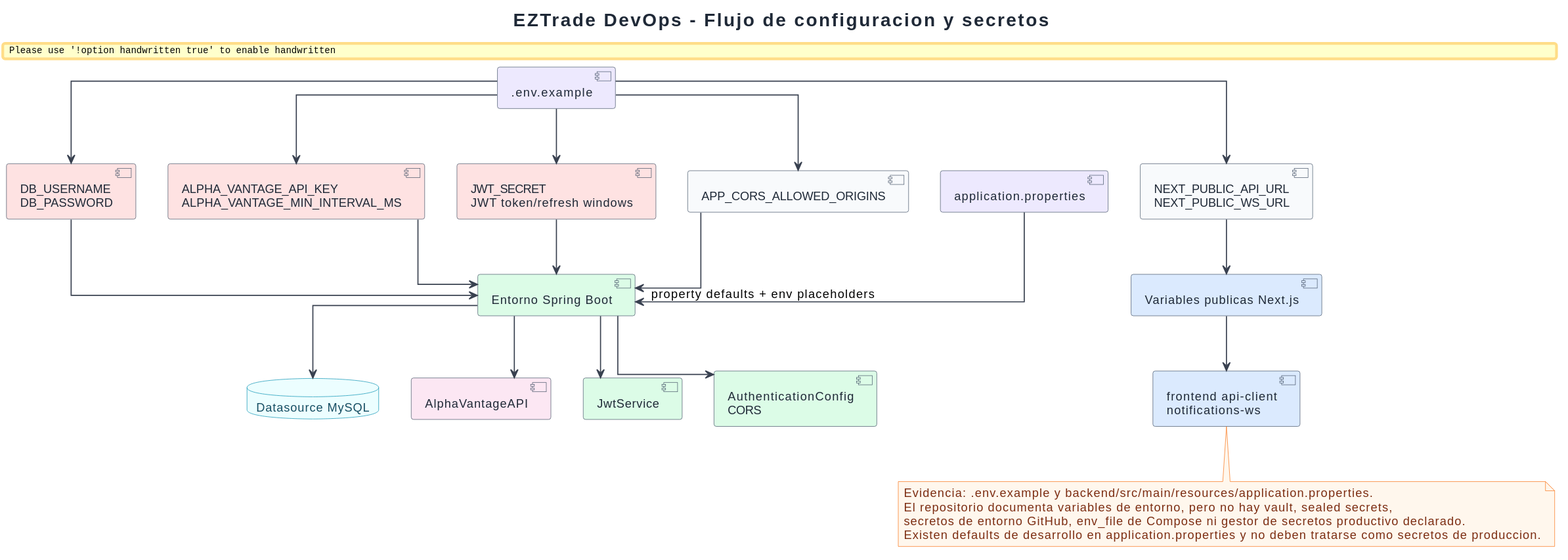
Earlier version of the PlantUML export EZTrade/docs/engineering-diagrams/06-devops-infrastructure/rendered/configuration-secrets-management.svg (SergioGarciaRuiz557/EZTrade).
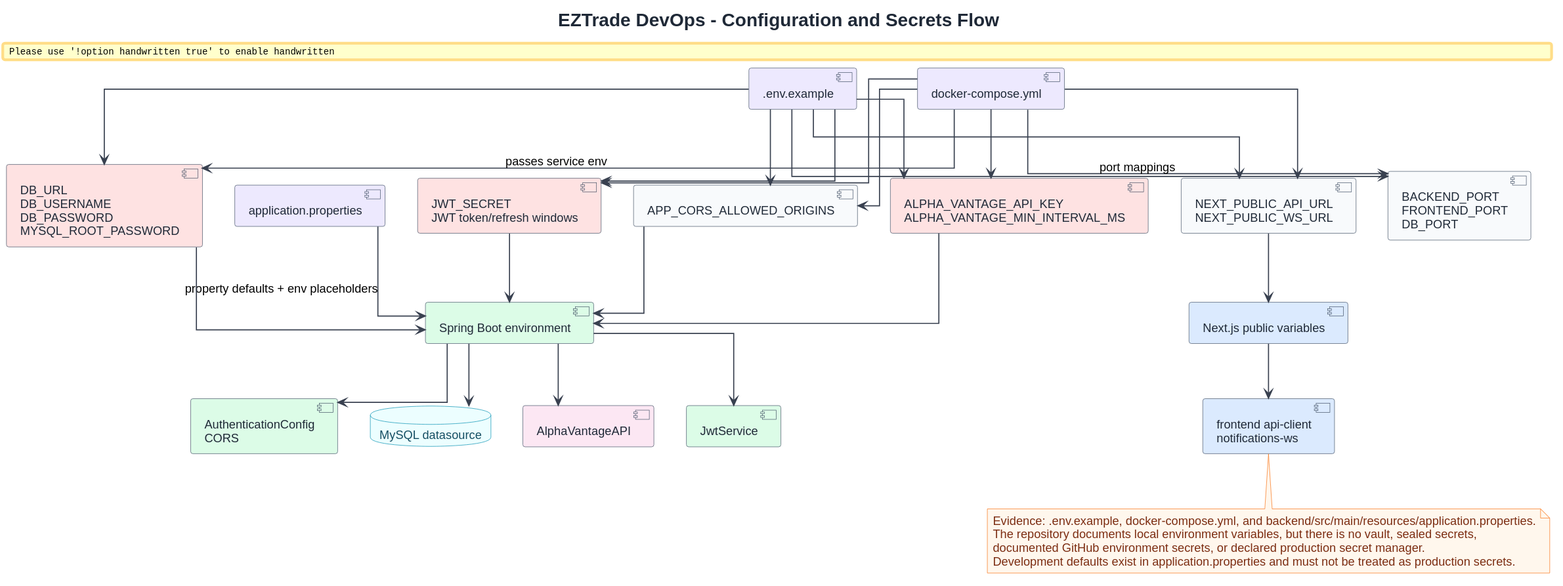
The same file after the commit.

The edit, as a diff of the source:
```diff
@@ -1,20 +1,22 @@
 @startuml
 !include ../../common/eztrade-style.puml
 
-title EZTrade DevOps - Flujo de configuracion y secretos
+title EZTrade DevOps - Configuration and Secrets Flow
 
 component ".env.example" as EnvExample EZ_DEVOPS
+component "docker-compose.yml" as Compose EZ_DEVOPS
 component "application.properties" as AppProps EZ_DEVOPS
-component "Entorno Spring Boot" as SpringEnv EZ_BACKEND
-component "Variables publicas Next.js" as NextEnv EZ_FRONTEND
+component "Spring Boot environment" as SpringEnv EZ_BACKEND
+component "Next.js public variables" as NextEnv EZ_FRONTEND
 
-component "DB_USERNAME\nDB_PASSWORD" as DbSecrets EZ_RISK
+component "DB_URL\nDB_USERNAME\nDB_PASSWORD\nMYSQL_ROOT_PASSWORD" as DbSecrets EZ_RISK
 component "ALPHA_VANTAGE_API_KEY\nALPHA_VANTAGE_MIN_INTERVAL_MS" as AlphaSecrets EZ_RISK
 component "JWT_SECRET\nJWT token/refresh windows" as JwtSecrets EZ_RISK
 component "APP_CORS_ALLOWED_ORIGINS" as CorsEnv
 component "NEXT_PUBLIC_API_URL\nNEXT_PUBLIC_WS_URL" as NextPublic
+component "BACKEND_PORT\nFRONTEND_PORT\nDB_PORT" as ComposePorts
 
-database "Datasource MySQL" as Datasource EZ_DB
+database "MySQL datasource" as Datasource EZ_DB
 component "AlphaVantageAPI" as AlphaAdapter EZ_EXTERNAL
 component "JwtService" as JwtService EZ_BACKEND
 component "AuthenticationConfig\nCORS" as AuthConfig EZ_BACKEND
@@ -25,6 +27,13 @@
 EnvExample --> JwtSecrets
 EnvExample --> CorsEnv
 EnvExample --> NextPublic
+EnvExample --> ComposePorts
+Compose --> DbSecrets : passes service env
+Compose --> AlphaSecrets
+Compose --> JwtSecrets
+Compose --> CorsEnv
+Compose --> NextPublic
+Compose --> ComposePorts : port mappings
 AppProps --> SpringEnv : property defaults + env placeholders
 DbSecrets --> SpringEnv
 AlphaSecrets --> SpringEnv
@@ -39,9 +48,9 @@
 NextEnv --> FrontConfig
 
 note bottom
-Evidencia: .env.example y backend/src/main/resources/application.properties.
-El repositorio documenta variables de entorno, pero no hay vault, sealed secrets,
-secretos de entorno GitHub, env_file de Compose ni gestor de secretos productivo declarado.
-Existen defaults de desarrollo en application.properties y no deben tratarse como secretos de produccion.
+Evidence: .env.example, docker-compose.yml, and backend/src/main/resources/application.properties.
+The repository documents local environment variables, but there is no vault, sealed secrets,
+documented GitHub environment secrets, or declared production secret manager.
+Development defaults exist in application.properties and must not be treated as production secrets.
 end note
 @enduml
```
